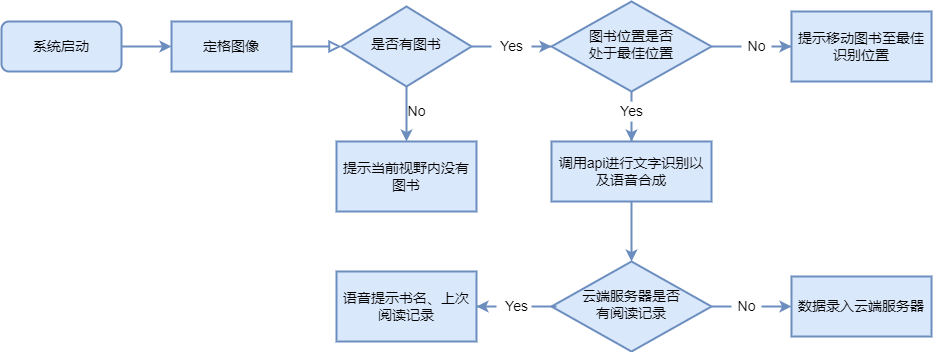
Lelucermaire111/Intelligent-blind-assistance-system keeps this draw.io diagram as Pictures/Software Diagram.png. Above is the earlier version. Source tidied: cells renumbered, new cells last; positions are measured from the earlier drawing's top-left corner, leaving out a move shared by most shapes.
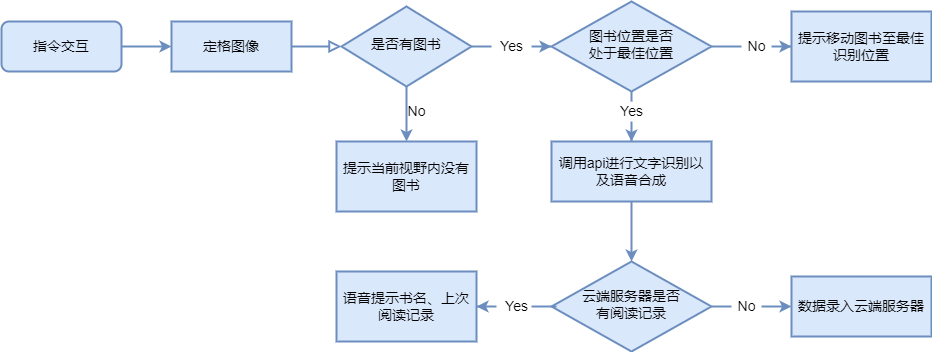
Later version of the same file.

Diff of the diagram source:
```diff
@@ -8,7 +8,7 @@
     <mxCell id="3" style="edgeStyle=orthogonalEdgeStyle;rounded=0;jettySize=auto;html=1;strokeWidth=2;fontSize=14;fillColor=#dae8fc;strokeColor=#6c8ebf;" parent="1" edge="1" source="4" target="8">
       <mxGeometry relative="1" as="geometry" />
     </mxCell>
-    <mxCell id="4" value="系统启动" style="rounded=1;whiteSpace=wrap;html=1;fontSize=14;glass=0;strokeWidth=2;shadow=0;fillColor=#dae8fc;strokeColor=#6c8ebf;" parent="1" vertex="1">
+    <mxCell id="4" value="指令交互" style="rounded=1;whiteSpace=wrap;html=1;fontSize=14;glass=0;strokeWidth=2;shadow=0;fillColor=#dae8fc;strokeColor=#6c8ebf;" parent="1" vertex="1">
       <mxGeometry y="20" width="120" height="50" as="geometry" />
     </mxCell>
     <mxCell id="5" style="edgeStyle=orthogonalEdgeStyle;rounded=0;jettySize=auto;html=1;strokeWidth=2;fontSize=14;fillColor=#dae8fc;strokeColor=#6c8ebf;" parent="1" edge="1" source="7" target="9">
```
